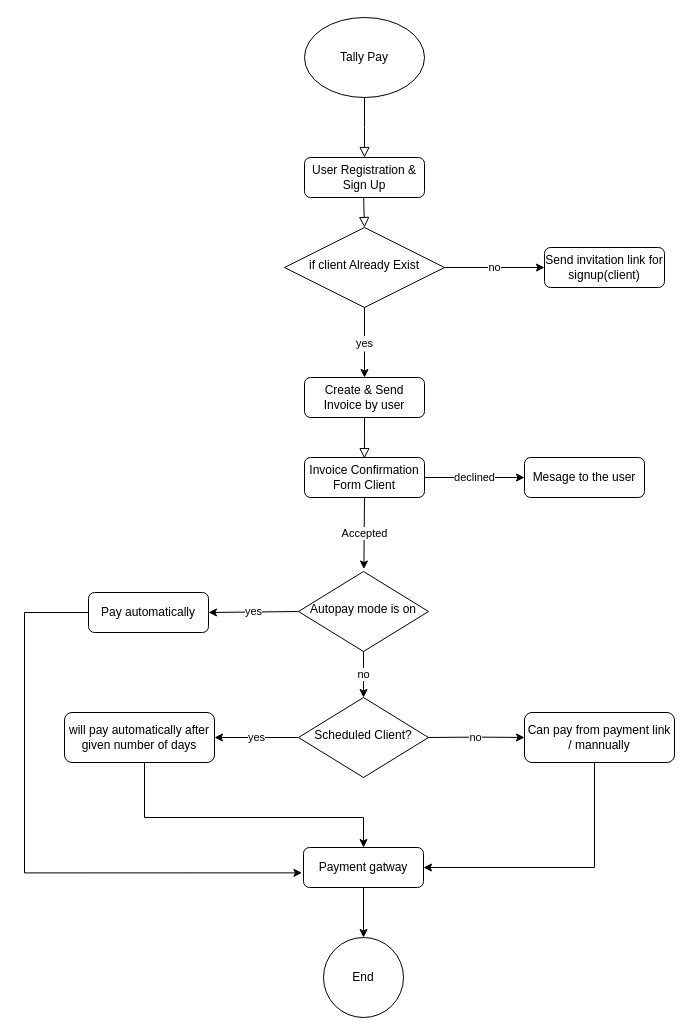
The draw.io diagram Documentation/Untitled Diagram.drawio in krushitagangani/Invoice_management, before the edit. Source tidied: cells renumbered, new cells numbered last; positions are measured from the earlier drawing's top-left corner, leaving out a move shared by most shapes. Both pictures are drawn from the tidied source at 100%, with x=0, y=0 at pixel (24, 17).
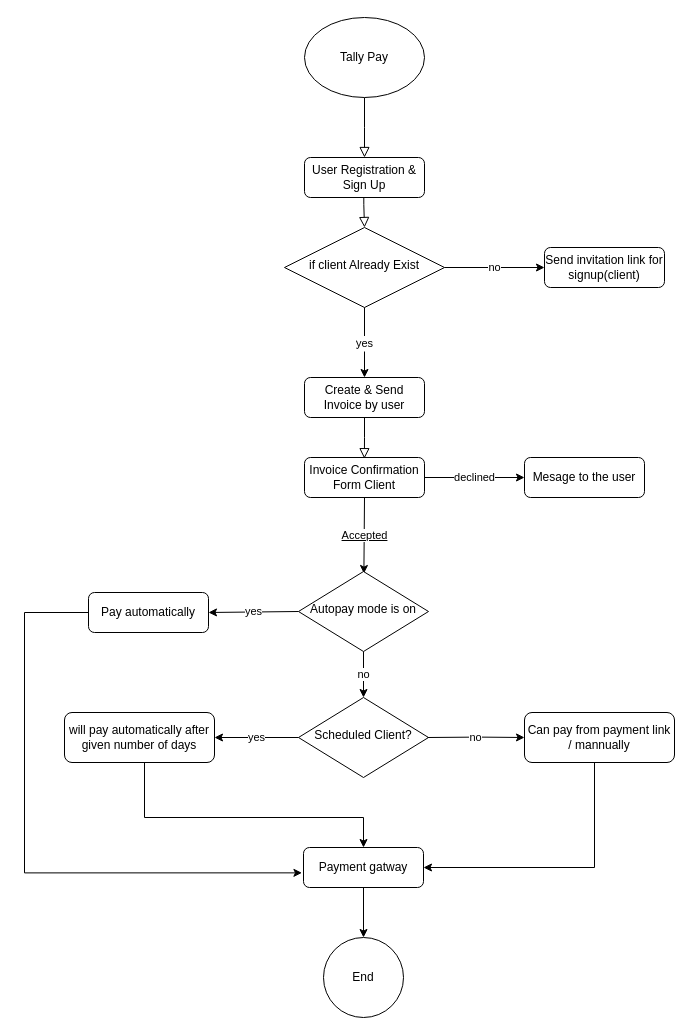
After the change.

Unchanged cells that the change refers to:
```xml
<mxCell id="2" style="group;" parent="1" vertex="1">
  <mxGeometry width="650" height="1000" as="geometry" />
</mxCell>
<mxCell id="12" value="Invoice Confirmation Form Client" style="rounded=1;whiteSpace=wrap;html=1;fontSize=12;glass=0;strokeWidth=1;shadow=0;" parent="2" vertex="1">
  <mxGeometry x="280" y="440" width="120" height="40" as="geometry" />
</mxCell>
<mxCell id="19" value="Autopay mode is on" style="rhombus;whiteSpace=wrap;html=1;shadow=0;fontFamily=Helvetica;fontSize=12;align=center;strokeWidth=1;spacing=6;spacingTop=-4;" parent="2" vertex="1">
  <mxGeometry x="274" y="554" width="130" height="80" as="geometry" />
</mxCell>
```

The edit, as a diff of the source:
```diff
@@
-    <mxCell id="14" value="Accepted" style="endArrow=classic;html=1;rounded=0;exitX=0.5;exitY=1;exitDx=0;exitDy=0;entryX=0.503;entryY=-0.031;entryDx=0;entryDy=0;entryPerimeter=0;" parent="2" edge="1" source="12" target="19">
+    <mxCell id="14" value="Accepted" style="endArrow=classic;html=1;rounded=0;exitX=0.5;exitY=1;exitDx=0;exitDy=0;entryX=0.503;entryY=0.025;entryDx=0;entryDy=0;entryPerimeter=0;fontStyle=4;" parent="2" edge="1" source="12" target="19">
       <mxGeometry relative="1" as="geometry" />
     </mxCell>
```
